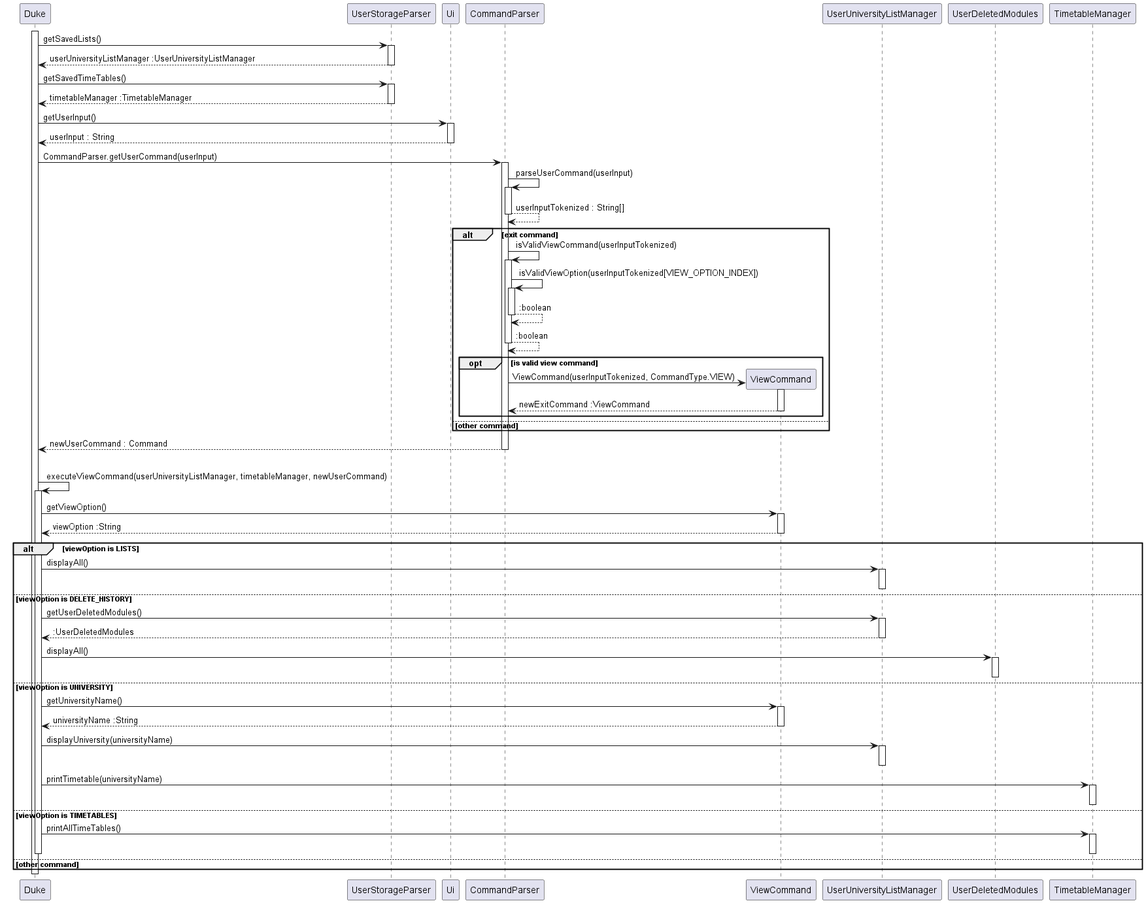
Before: docs/images/ViewCommand_Sequence.png, a diagram exported from PlantUML (nus-cs2113-AY2223S1/tp).
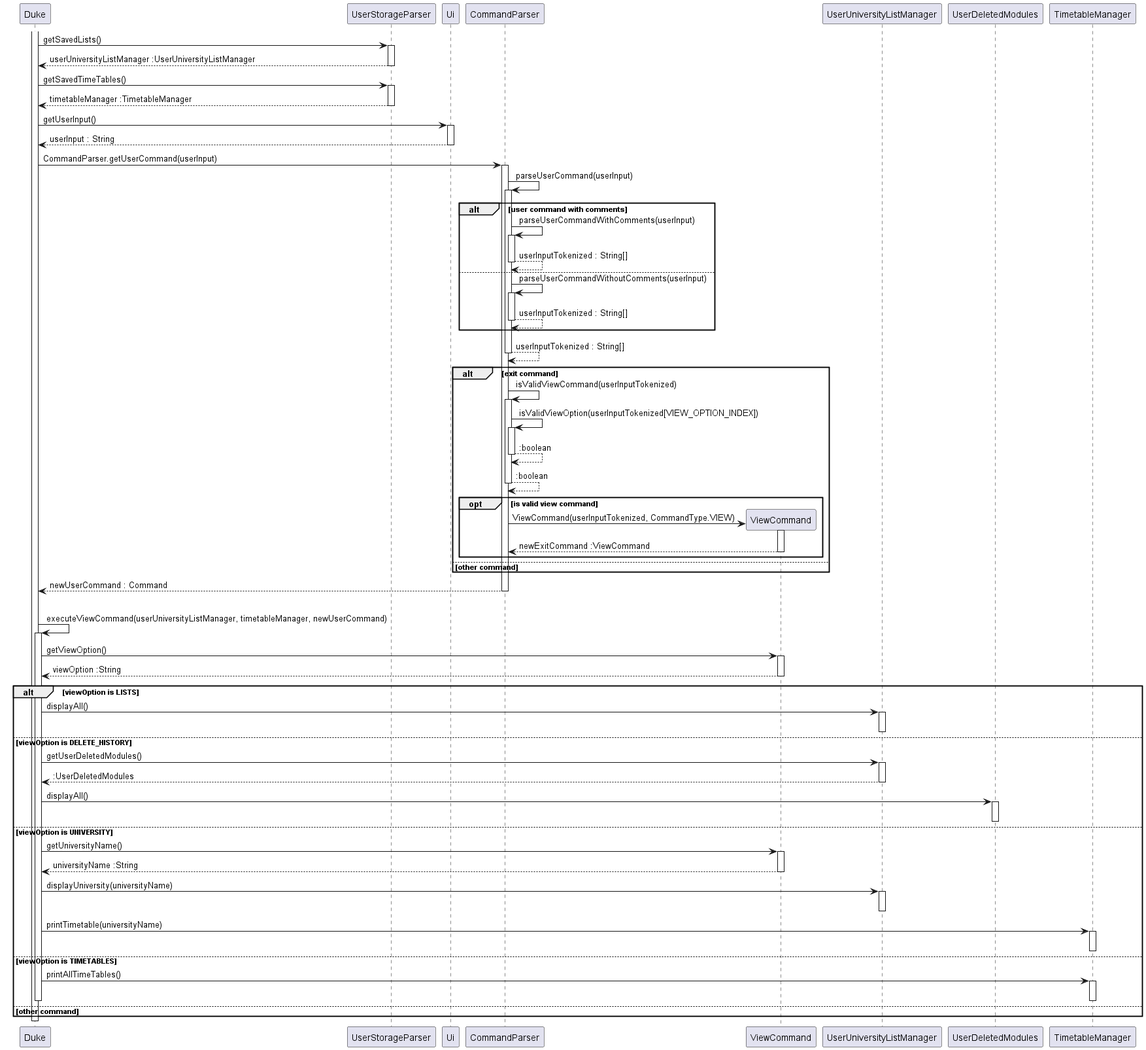
The same file after the commit.

Change to the diagram source:
```diff
@@ -25,6 +25,21 @@
 
 CommandParser -> CommandParser : parseUserCommand(userInput)
 activate CommandParser
+
+alt user command with comments
+    CommandParser -> CommandParser : parseUserCommandWithComments(userInput)
+    activate CommandParser
+
+    CommandParser --> CommandParser : userInputTokenized : String[]
+    deactivate CommandParser
+
+else
+    CommandParser -> CommandParser : parseUserCommandWithoutComments(userInput)
+    activate CommandParser
+
+    CommandParser --> CommandParser : userInputTokenized : String[]
+    deactivate CommandParser
+end
 
 CommandParser --> CommandParser : userInputTokenized : String[]
 deactivate CommandParser
```
